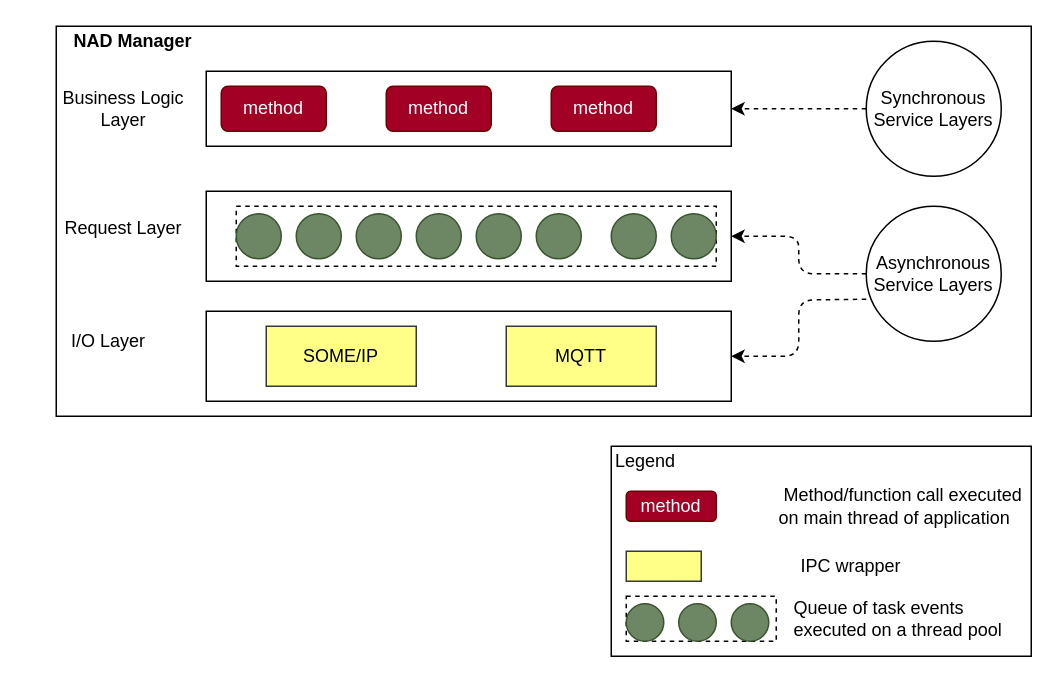
Before: page "half_sync_nadmgr" (7 of 18) of doc/SA cert/Design/scalability.drawio in taikt/codefun, a draw.io diagram. Source tidied: cells renumbered, new cells numbered last; positions are measured from the earlier drawing's top-left corner, leaving out a move shared by most shapes. Both pictures are drawn from the tidied source at 150%, with x=0, y=0 at pixel (26, 26).
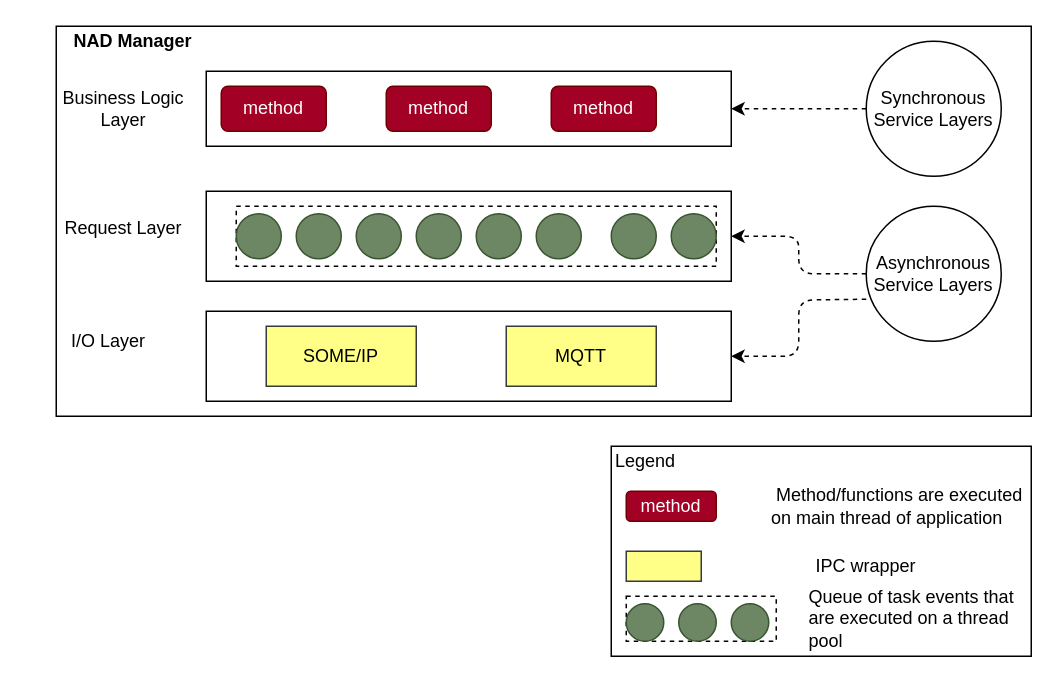
After the change.

The edit, as a diff of the source:
```diff
@@
     <mxCell id="31" value="IPC wrapper" style="text;html=1;strokeColor=none;fillColor=none;align=center;verticalAlign=middle;whiteSpace=wrap;rounded=0;" parent="1" vertex="1">
-      <mxGeometry x="510" y="350" width="80" height="20" as="geometry" />
+      <mxGeometry x="520" y="350" width="80" height="20" as="geometry" />
     </mxCell>
@@
-    <mxCell id="36" value="Queue of task events executed on a thread pool" style="text;html=1;strokeColor=none;fillColor=none;align=left;verticalAlign=middle;whiteSpace=wrap;rounded=0;" parent="1" vertex="1">
-      <mxGeometry x="510" y="385" width="150" height="20" as="geometry" />
+    <mxCell id="36" value="Queue of task events that are executed on a thread pool" style="text;html=1;strokeColor=none;fillColor=none;align=left;verticalAlign=middle;whiteSpace=wrap;rounded=0;" parent="1" vertex="1">
+      <mxGeometry x="520" y="385" width="150" height="20" as="geometry" />
     </mxCell>
@@
-    <mxCell id="39" value="&lt;div&gt;&lt;span&gt;&amp;nbsp;Method/function call executed on main thread of application&lt;/span&gt;&lt;/div&gt;" style="text;html=1;strokeColor=none;fillColor=none;align=left;verticalAlign=middle;whiteSpace=wrap;rounded=0;" parent="1" vertex="1">
-      <mxGeometry x="500" y="310" width="170" height="20" as="geometry" />
+    <mxCell id="39" value="&lt;div&gt;&lt;span&gt;&amp;nbsp;Method/functions are executed on main thread of application&lt;/span&gt;&lt;/div&gt;" style="text;html=1;strokeColor=none;fillColor=none;align=left;verticalAlign=middle;whiteSpace=wrap;rounded=0;" parent="1" vertex="1">
+      <mxGeometry x="495" y="310" width="170" height="20" as="geometry" />
     </mxCell>
```
